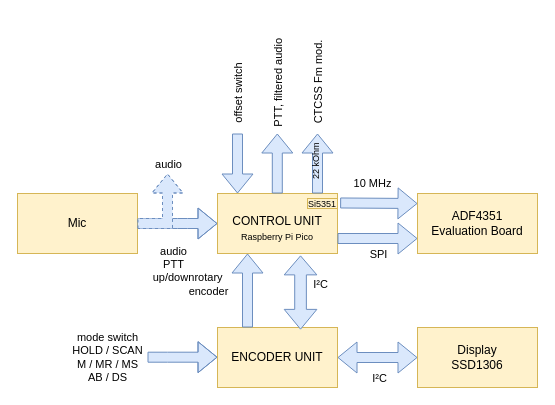
This is overview.drawio from michaelgroni/tr-pll7, a draw.io file, before an edit. Source tidied: cells renumbered, new cells numbered last; positions are measured from the earlier drawing's top-left corner, leaving out a move shared by most shapes. Both pictures are drawn from the tidied source at 100%, with x=0, y=0 at pixel (17, 133).
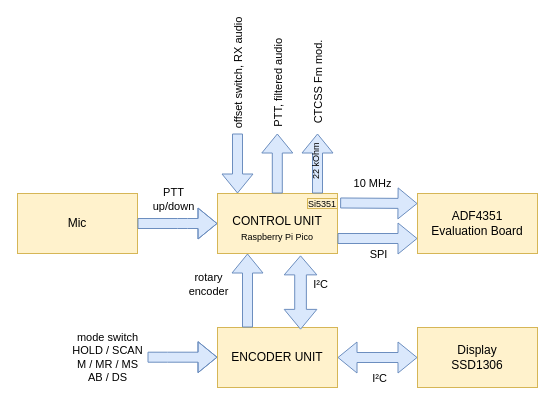
The same diagram, later.

The change refers to these unchanged cells:
```xml
<mxCell id="17" style="shape=flexArrow;endArrow=classic;html=1;rounded=0;exitX=1;exitY=0.5;exitDx=0;exitDy=0;entryX=0;entryY=0.5;entryDx=0;entryDy=0;fillColor=#dae8fc;strokeColor=#6c8ebf;" parent="1" edge="1" source="16" target="2">
  <mxGeometry relative="1" as="geometry">
    <Array as="points">
      <mxPoint x="160" y="90" />
      <mxPoint x="170" y="90" />
    </Array>
  </mxGeometry>
</mxCell>
<mxCell id="25" style="shape=flexArrow;endArrow=classic;html=1;rounded=0;exitX=0.167;exitY=0;exitDx=0;exitDy=0;exitPerimeter=0;fillColor=#dae8fc;strokeColor=#6c8ebf;" parent="1" edge="1">
  <mxGeometry relative="1" as="geometry">
    <mxPoint x="220" as="sourcePoint" />
    <mxPoint x="220" y="60" as="targetPoint" />
  </mxGeometry>
</mxCell>
```

The edit, as a diff of the source:
```diff
@@
-    <mxCell id="18" value="audio&lt;br&gt;PTT&lt;div&gt;up/down&lt;/div&gt;" style="edgeLabel;html=1;align=center;verticalAlign=middle;" parent="17" vertex="1">
+    <mxCell id="18" value="PTT&lt;div&gt;up/down&lt;/div&gt;" style="edgeLabel;html=1;align=center;verticalAlign=middle;" parent="17" vertex="1">
       <mxGeometry x="-0.12" y="-3" relative="1" as="geometry">
-        <mxPoint y="37" as="offset" />
+        <mxPoint y="-28" as="offset" />
       </mxGeometry>
     </mxCell>
-    <mxCell id="19" style="shape=flexArrow;endArrow=classic;html=1;rounded=0;fillColor=#dae8fc;strokeColor=#6c8ebf;dashed=1;" parent="1" edge="1">
-      <mxGeometry relative="1" as="geometry">
-        <mxPoint x="120" y="90" as="sourcePoint" />
-        <mxPoint x="150" y="40" as="targetPoint" />
-        <Array as="points">
-          <mxPoint x="150" y="90" />
-        </Array>
-      </mxGeometry>
-    </mxCell>
-    <mxCell id="20" value="audio" style="edgeLabel;html=1;align=center;verticalAlign=middle;" parent="19" vertex="1">
-      <mxGeometry x="0.78" y="4" relative="1" as="geometry">
-        <mxPoint x="4" y="-19" as="offset" />
-      </mxGeometry>
-    </mxCell>
@@
-    <mxCell id="26" value="offset switch" style="edgeLabel;html=1;align=center;verticalAlign=middle;rotation=-90;" parent="25" vertex="1">
+    <mxCell id="26" value="offset switch, RX audio" style="edgeLabel;html=1;align=center;verticalAlign=middle;rotation=-90;" parent="25" vertex="1">
       <mxGeometry x="0.05" y="-3" relative="1" as="geometry">
-        <mxPoint x="3" y="-71" as="offset" />
+        <mxPoint x="3" y="-91" as="offset" />
       </mxGeometry>
     </mxCell>
```
